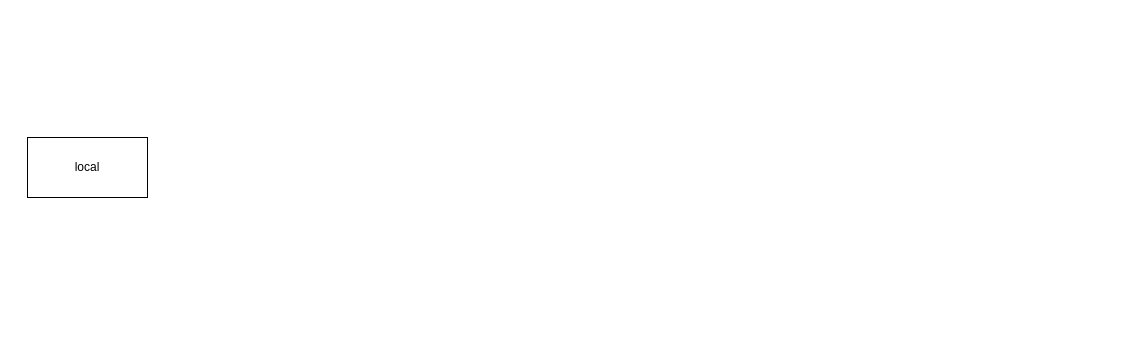
appsparkler/draw.io keeps this draw.io diagram as understanding_typescript.drawio. Above is the earlier version. Source tidied: cells renumbered, new cells numbered last; positions are measured from the earlier drawing's top-left corner, leaving out a move shared by most shapes. Both pictures are drawn from the tidied source at 100%, with x=0, y=0 at pixel (27, 137).
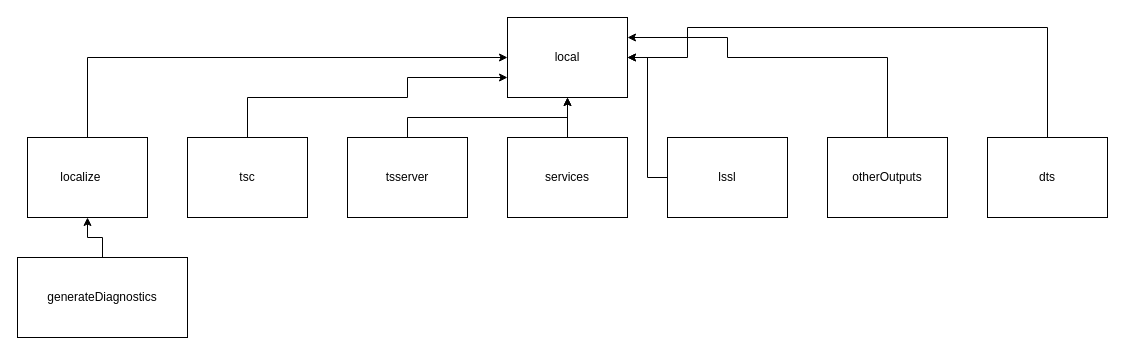
After the change.

The edit, as a diff of the source:
```diff
@@
+    <mxCell id="3" style="edgeStyle=orthogonalEdgeStyle;rounded=0;jettySize=auto;html=1;entryX=0;entryY=0.5;entryDx=0;entryDy=0;" parent="1" edge="1" source="2" target="16">
+      <mxGeometry relative="1" as="geometry">
+        <Array as="points">
+          <mxPoint x="60" y="-80" />
+        </Array>
+      </mxGeometry>
+    </mxCell>
-    <mxCell id="2" value="local" style="rounded=0;whiteSpace=wrap;html=1;" parent="1" vertex="1">
-      <mxGeometry width="120" height="60" as="geometry" />
+    <mxCell id="2" value="localize&lt;span style=&quot;white-space: pre;&quot;&gt;&#9;&lt;/span&gt;" style="rounded=0;whiteSpace=wrap;html=1;" parent="1" vertex="1">
+      <mxGeometry width="120" height="80" as="geometry" />
     </mxCell>
+    <mxCell id="4" style="edgeStyle=orthogonalEdgeStyle;rounded=0;jettySize=auto;html=1;entryX=0;entryY=0.75;entryDx=0;entryDy=0;" parent="1" edge="1" source="5" target="16">
+      <mxGeometry relative="1" as="geometry">
+        <Array as="points">
+          <mxPoint x="220" y="-40" />
+          <mxPoint x="380" y="-40" />
+          <mxPoint x="380" y="-60" />
+        </Array>
+      </mxGeometry>
+    </mxCell>
+    <mxCell id="5" value="tsc" style="rounded=0;whiteSpace=wrap;html=1;" parent="1" vertex="1">
+      <mxGeometry x="160" width="120" height="80" as="geometry" />
+    </mxCell>
+    <mxCell id="6" style="edgeStyle=orthogonalEdgeStyle;rounded=0;jettySize=auto;html=1;entryX=0.5;entryY=1;entryDx=0;entryDy=0;" parent="1" edge="1" source="7" target="16">
+      <mxGeometry relative="1" as="geometry">
+        <Array as="points">
+          <mxPoint x="380" y="-20" />
+          <mxPoint x="540" y="-20" />
+        </Array>
+      </mxGeometry>
+    </mxCell>
+    <mxCell id="7" value="tsserver" style="rounded=0;whiteSpace=wrap;html=1;" parent="1" vertex="1">
+      <mxGeometry x="320" width="120" height="80" as="geometry" />
+    </mxCell>
+    <mxCell id="8" style="edgeStyle=orthogonalEdgeStyle;rounded=0;jettySize=auto;html=1;entryX=0.5;entryY=1;entryDx=0;entryDy=0;" parent="1" edge="1" source="9" target="16">
+      <mxGeometry relative="1" as="geometry" />
+    </mxCell>
+    <mxCell id="9" value="services" style="rounded=0;whiteSpace=wrap;html=1;" parent="1" vertex="1">
+      <mxGeometry x="480" width="120" height="80" as="geometry" />
+    </mxCell>
+    <mxCell id="10" style="edgeStyle=orthogonalEdgeStyle;rounded=0;jettySize=auto;html=1;entryX=1;entryY=0.5;entryDx=0;entryDy=0;" parent="1" edge="1" source="11" target="16">
+      <mxGeometry relative="1" as="geometry" />
+    </mxCell>
+    <mxCell id="11" value="lssl" style="rounded=0;whiteSpace=wrap;html=1;" parent="1" vertex="1">
+      <mxGeometry x="640" width="120" height="80" as="geometry" />
+    </mxCell>
+    <mxCell id="12" style="edgeStyle=orthogonalEdgeStyle;rounded=0;jettySize=auto;html=1;entryX=1;entryY=0.25;entryDx=0;entryDy=0;" parent="1" edge="1" source="13" target="16">
+      <mxGeometry relative="1" as="geometry">
+        <Array as="points">
+          <mxPoint x="860" y="-80" />
+          <mxPoint x="700" y="-80" />
+          <mxPoint x="700" y="-100" />
+        </Array>
+      </mxGeometry>
+    </mxCell>
+    <mxCell id="13" value="otherOutputs" style="rounded=0;whiteSpace=wrap;html=1;" parent="1" vertex="1">
+      <mxGeometry x="800" width="120" height="80" as="geometry" />
+    </mxCell>
+    <mxCell id="14" style="edgeStyle=orthogonalEdgeStyle;rounded=0;jettySize=auto;html=1;entryX=1;entryY=0.5;entryDx=0;entryDy=0;" parent="1" edge="1" source="15" target="16">
+      <mxGeometry relative="1" as="geometry">
+        <Array as="points">
+          <mxPoint x="1020" y="-110" />
+          <mxPoint x="660" y="-110" />
+          <mxPoint x="660" y="-80" />
+        </Array>
+      </mxGeometry>
+    </mxCell>
+    <mxCell id="15" value="dts" style="rounded=0;whiteSpace=wrap;html=1;" parent="1" vertex="1">
+      <mxGeometry x="960" width="120" height="80" as="geometry" />
+    </mxCell>
+    <mxCell id="16" value="local" style="rounded=0;whiteSpace=wrap;html=1;" parent="1" vertex="1">
+      <mxGeometry x="480" y="-120" width="120" height="80" as="geometry" />
+    </mxCell>
+    <mxCell id="17" style="edgeStyle=orthogonalEdgeStyle;rounded=0;jettySize=auto;html=1;entryX=0.5;entryY=1;entryDx=0;entryDy=0;" parent="1" edge="1" source="18" target="2">
+      <mxGeometry relative="1" as="geometry" />
+    </mxCell>
+    <mxCell id="18" value="generateDiagnostics" style="rounded=0;whiteSpace=wrap;html=1;" parent="1" vertex="1">
+      <mxGeometry x="-10" y="120" width="170" height="80" as="geometry" />
+    </mxCell>
```
